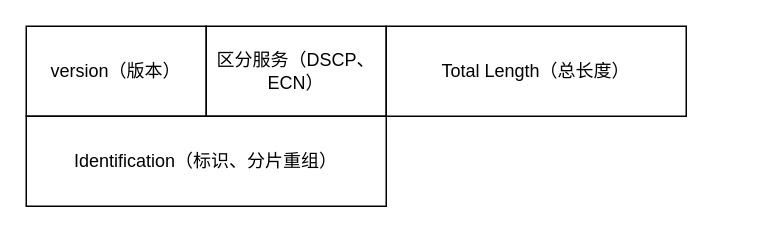
This is Untitled Diagram.drawio from LmyPotato/Image, a draw.io file, before an edit. Source tidied: cells renumbered, new cells numbered last; positions are measured from the earlier drawing's top-left corner, leaving out a move shared by most shapes. Both pictures are drawn from the tidied source at 150%, with x=0, y=0 at pixel (26, 26).
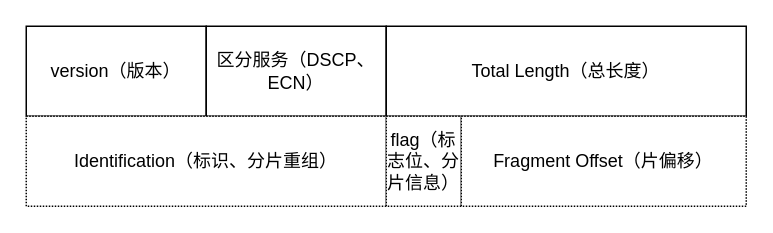
After the change.

Change to the diagram source:
```diff
@@
 <mxGraphModel>
   <root>
     <mxCell id="0" />
     <mxCell id="1" parent="0" />
     <mxCell id="2" value="version（版本）" style="rounded=0;whiteSpace=wrap;html=1;" parent="1" vertex="1">
       <mxGeometry width="120" height="60" as="geometry" />
     </mxCell>
     <mxCell id="3" value="区分服务（DSCP、ECN）" style="rounded=0;whiteSpace=wrap;html=1;" parent="1" vertex="1">
       <mxGeometry x="120" width="120" height="60" as="geometry" />
     </mxCell>
     <mxCell id="4" value="Total Length（总长度）" style="rounded=0;whiteSpace=wrap;html=1;" parent="1" vertex="1">
-      <mxGeometry x="240" width="200" height="60" as="geometry" />
+      <mxGeometry x="240" width="240" height="60" as="geometry" />
     </mxCell>
-    <mxCell id="5" value="Identification（标识、分片重组）" style="rounded=0;whiteSpace=wrap;html=1;" parent="1" vertex="1">
+    <mxCell id="5" value="Identification（标识、分片重组）" style="rounded=0;whiteSpace=wrap;html=1;dashed=1;dashPattern=1 1;" parent="1" vertex="1">
       <mxGeometry y="60" width="240" height="60" as="geometry" />
     </mxCell>
+    <mxCell id="6" style="edgeStyle=orthogonalEdgeStyle;rounded=0;jettySize=auto;html=1;exitX=1;exitY=0.5;exitDx=0;exitDy=0;entryX=0;entryY=0.5;entryDx=0;entryDy=0;" parent="1" edge="1" source="7" target="8">
+      <mxGeometry relative="1" as="geometry" />
+    </mxCell>
+    <mxCell id="7" value="flag（标志位、分片信息）" style="rounded=0;whiteSpace=wrap;html=1;dashed=1;dashPattern=1 1;" parent="1" vertex="1">
+      <mxGeometry x="240" y="60" width="50" height="60" as="geometry" />
+    </mxCell>
+    <mxCell id="8" value="Fragment Offset（片偏移）" style="rounded=0;whiteSpace=wrap;html=1;dashed=1;dashPattern=1 1;" parent="1" vertex="1">
+      <mxGeometry x="290" y="60" width="190" height="60" as="geometry" />
+    </mxCell>
   </root>
 </mxGraphModel>
```
